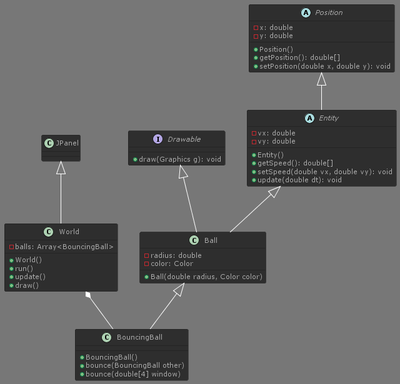
Above: bouncing_ball.png in RafalSzyinski1/dotnet_java (PlantUML), before the change.
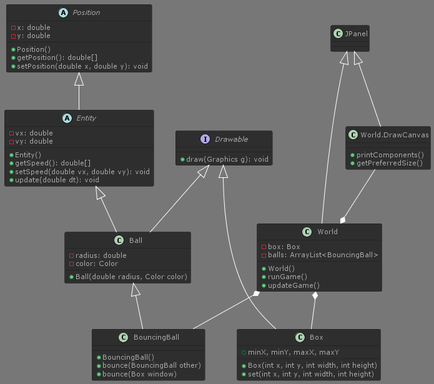
After the change.

Commit message:
see balls in world and docs

The edit, as a diff of the source:
```diff
@@ -35,17 +35,31 @@
 class BouncingBall extends Ball {
     +BouncingBall()
     +bounce(BouncingBall other)
-    +bounce(double[4] window)
+    +bounce(Box window)
 }
 
 class World extends JPanel {
-    -balls: Array<BouncingBall>
+    -box: Box
+    -balls: ArrayList<BouncingBall>
     +World()
-    +run()
-    +update()
-    +draw()
+    +runGame()
+    +updateGame()
 }
 
 World *-- BouncingBall
+World *-- Box
+
+class World.DrawCanvas extends JPanel {
+    +printComponents()
+    +getPreferredSize()
+}
+
+World.DrawCanvas --* World
+
+class Box extends Drawable {
+    +minX, minY, maxX, maxY
+    +Box(int x, int y, int width, int height)
+    +set(int x, int y, int width, int height)
+}
 
 @enduml
```
